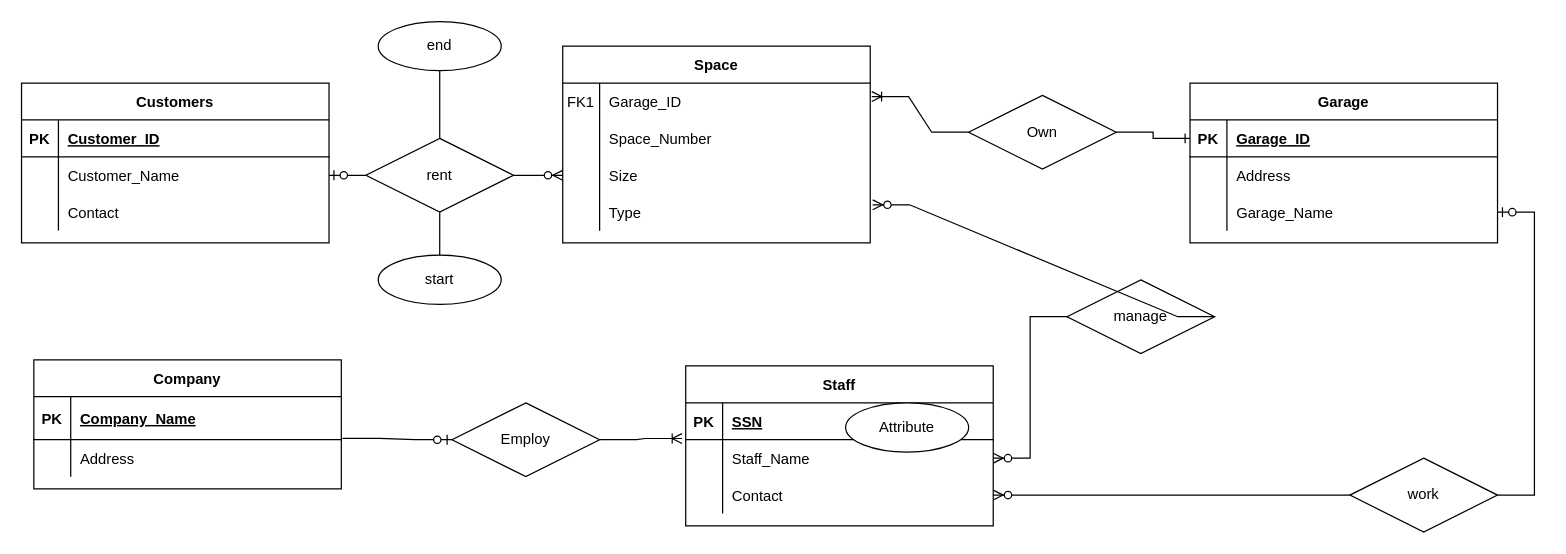
Earlier version of the draw.io diagram Untitled Diagram.drawio (MooMooHorse/MATH221). Source tidied: cells renumbered, new cells numbered last; positions are measured from the earlier drawing's top-left corner, leaving out a move shared by most shapes. Both pictures are drawn from the tidied source at 123%, with x=0, y=0 at pixel (21, 21).
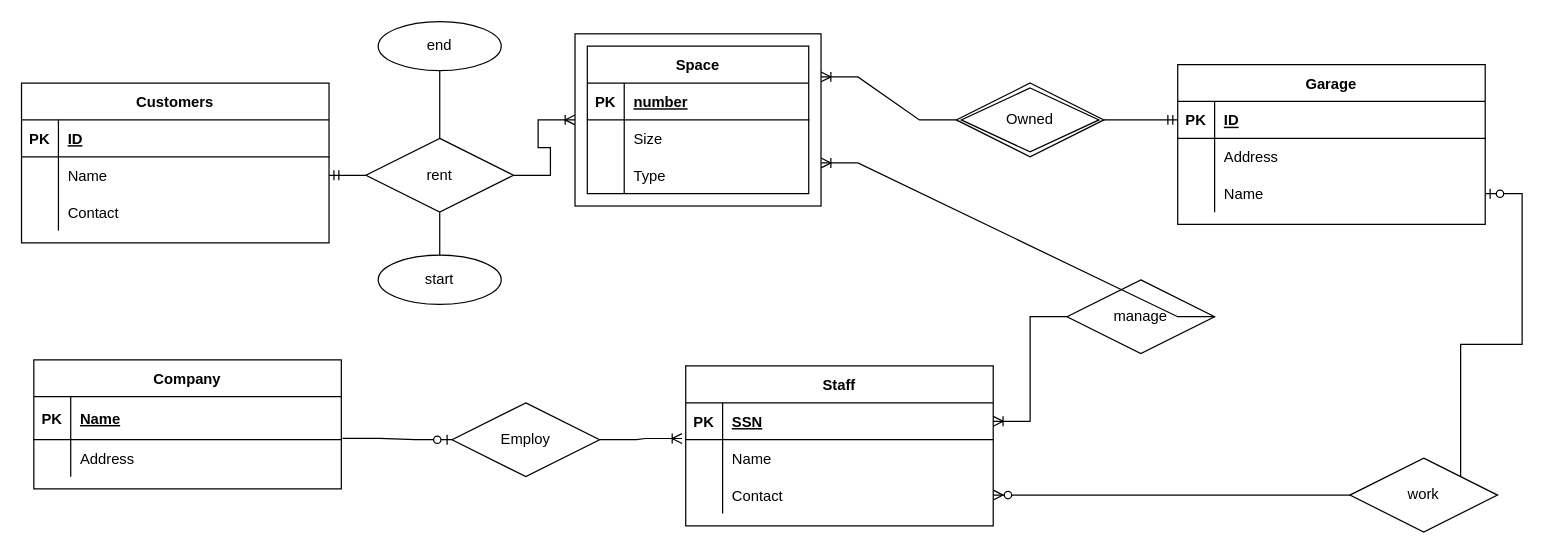
The same page after the edit.

The change refers to these unchanged cells:
```xml
<mxCell id="17" style="shape=partialRectangle;fillColor=none;points=[[0,0.5],[1,0.5]];portConstraint=eastwest;top=0;left=0;right=0;bottom=1;" parent="16" vertex="1">
  <mxGeometry y="30" width="250" height="30" as="geometry" />
</mxCell>
<mxCell id="23" style="shape=partialRectangle;fillColor=none;points=[[0,0.5],[1,0.5]];portConstraint=eastwest;top=0;left=0;right=0;bottom=0;" parent="16" vertex="1">
  <mxGeometry y="90" width="250" height="30" as="geometry" />
</mxCell>
<mxCell id="27" style="shape=partialRectangle;fillColor=none;top=0;left=0;right=0;bottom=1;" parent="26" vertex="1">
  <mxGeometry y="30" width="250" height="30" as="geometry" />
</mxCell>
<mxCell id="30" style="shape=partialRectangle;fillColor=none;points=[[0,0.5],[1,0.5]];portConstraint=eastwest;top=0;left=0;right=0;bottom=0;" parent="26" vertex="1">
  <mxGeometry y="60" width="250" height="30" as="geometry" />
</mxCell>
<mxCell id="37" value="rent" style="shape=rhombus;perimeter=rhombusPerimeter;whiteSpace=wrap;html=1;align=center;" parent="1" vertex="1">
  <mxGeometry x="280" y="95" width="120" height="60" as="geometry" />
</mxCell>
<mxCell id="43" style="shape=partialRectangle;fillColor=none;points=[[0,0.5],[1,0.5]];portConstraint=eastwest;top=0;left=0;right=0;bottom=1;" parent="42" vertex="1">
  <mxGeometry y="30" width="250" height="30" as="geometry" />
</mxCell>
<mxCell id="46" style="shape=partialRectangle;fillColor=none;points=[[0,0.5],[1,0.5]];portConstraint=eastwest;top=0;left=0;right=0;bottom=0;" parent="42" vertex="1">
  <mxGeometry y="60" width="250" height="30" as="geometry" />
</mxCell>
<mxCell id="54" style="shape=partialRectangle;fillColor=none;points=[[0,0.5],[1,0.5]];portConstraint=eastwest;top=0;left=0;right=0;bottom=1;" parent="53" vertex="1">
  <mxGeometry y="30" width="250" height="35" as="geometry" />
</mxCell>
<mxCell id="62" value="manage" style="shape=rhombus;perimeter=rhombusPerimeter;whiteSpace=wrap;html=1;align=center;" parent="1" vertex="1">
  <mxGeometry x="850" y="210" width="120" height="60" as="geometry" />
</mxCell>
```

The edit, as a diff of the source:
```diff
@@
+    <mxCell id="72" style="rounded=0;whiteSpace=wrap;html=1;" parent="1" vertex="1">
+      <mxGeometry x="450" y="10" width="200" height="140" as="geometry" />
+    </mxCell>
@@
-    <mxCell id="3" value="Space" style="shape=table;startSize=30;childLayout=tableLayout;rowLines=0;fontStyle=1;align=center;" parent="1" vertex="1">
-      <mxGeometry x="440" y="20" width="250" height="160" as="geometry" />
-    </mxCell>
-    <mxCell id="4" style="shape=partialRectangle;fillColor=none;points=[[0,0.5],[1,0.5]];portConstraint=eastwest;top=0;left=0;right=0;bottom=0;" parent="3" vertex="1">
-      <mxGeometry y="30" width="250" height="30" as="geometry" />
-    </mxCell>
-    <mxCell id="5" value="FK1" style="shape=partialRectangle;overflow=hidden;fillColor=none;top=0;left=0;bottom=0;right=0;" parent="4" vertex="1">
-      <mxGeometry width="30" height="30" as="geometry" />
-    </mxCell>
-    <mxCell id="6" value="Garage_ID" style="shape=partialRectangle;overflow=hidden;fillColor=none;top=0;left=0;bottom=0;right=0;align=left;spacingLeft=6;" parent="4" vertex="1">
-      <mxGeometry x="30" width="220" height="30" as="geometry" />
-    </mxCell>
-    <mxCell id="7" style="shape=partialRectangle;fillColor=none;top=0;left=0;right=0;bottom=0;" parent="3" vertex="1">
-      <mxGeometry y="60" width="250" height="30" as="geometry" />
-    </mxCell>
-    <mxCell id="8" style="shape=partialRectangle;overflow=hidden;fillColor=none;top=0;left=0;bottom=0;right=0;" parent="7" vertex="1">
-      <mxGeometry width="30" height="30" as="geometry" />
-    </mxCell>
-    <mxCell id="9" value="Space_Number" style="shape=partialRectangle;overflow=hidden;fillColor=none;top=0;left=0;bottom=0;right=0;align=left;spacingLeft=6;" parent="7" vertex="1">
-      <mxGeometry x="30" width="220" height="30" as="geometry" />
-    </mxCell>
-    <mxCell id="10" style="shape=partialRectangle;fillColor=none;points=[[0,0.5],[1,0.5]];portConstraint=eastwest;top=0;left=0;right=0;bottom=0;" parent="3" vertex="1">
-      <mxGeometry y="90" width="250" height="30" as="geometry" />
-    </mxCell>
-    <mxCell id="11" style="shape=partialRectangle;overflow=hidden;fillColor=none;top=0;left=0;bottom=0;right=0;" parent="10" vertex="1">
-      <mxGeometry width="30" height="30" as="geometry" />
-    </mxCell>
-    <mxCell id="12" value="Size" style="shape=partialRectangle;overflow=hidden;fillColor=none;top=0;left=0;bottom=0;right=0;align=left;spacingLeft=6;" parent="10" vertex="1">
-      <mxGeometry x="30" width="220" height="30" as="geometry" />
-    </mxCell>
-    <mxCell id="13" style="shape=partialRectangle;fillColor=none;points=[[0,0.5],[1,0.5]];portConstraint=eastwest;top=0;left=0;right=0;bottom=0;" parent="3" vertex="1">
-      <mxGeometry y="120" width="250" height="30" as="geometry" />
-    </mxCell>
-    <mxCell id="14" style="shape=partialRectangle;overflow=hidden;fillColor=none;top=0;left=0;bottom=0;right=0;" parent="13" vertex="1">
-      <mxGeometry width="30" height="30" as="geometry" />
-    </mxCell>
-    <mxCell id="15" value="Type" style="shape=partialRectangle;overflow=hidden;fillColor=none;top=0;left=0;bottom=0;right=0;align=left;spacingLeft=6;" parent="13" vertex="1">
-      <mxGeometry x="30" width="220" height="30" as="geometry" />
-    </mxCell>
     <mxCell id="16" value="Garage" style="shape=table;startSize=30;childLayout=tableLayout;rowLines=0;fontStyle=1;align=center;" parent="1" vertex="1">
-      <mxGeometry x="950" y="50" width="250" height="130" as="geometry" />
+      <mxGeometry x="940" y="35" width="250" height="130" as="geometry" />
     </mxCell>
@@
-    <mxCell id="19" value="Garage_ID" style="shape=partialRectangle;overflow=hidden;fillColor=none;top=0;left=0;bottom=0;right=0;align=left;spacingLeft=6;fontStyle=5;" parent="17" vertex="1">
+    <mxCell id="19" value="ID" style="shape=partialRectangle;overflow=hidden;fillColor=none;top=0;left=0;bottom=0;right=0;align=left;spacingLeft=6;fontStyle=5;" parent="17" vertex="1">
       <mxGeometry x="30" width="220" height="30" as="geometry" />
     </mxCell>
@@
-    <mxCell id="25" value="Garage_Name" style="shape=partialRectangle;overflow=hidden;fillColor=none;top=0;left=0;bottom=0;right=0;align=left;spacingLeft=6;" parent="23" vertex="1">
+    <mxCell id="25" value="Name" style="shape=partialRectangle;overflow=hidden;fillColor=none;top=0;left=0;bottom=0;right=0;align=left;spacingLeft=6;" parent="23" vertex="1">
       <mxGeometry x="30" width="220" height="30" as="geometry" />
     </mxCell>
@@
-    <mxCell id="29" value="Customer_ID" style="shape=partialRectangle;overflow=hidden;fillColor=none;top=0;left=0;bottom=0;right=0;align=left;spacingLeft=6;fontStyle=5;" parent="27" vertex="1">
+    <mxCell id="29" value="ID" style="shape=partialRectangle;overflow=hidden;fillColor=none;top=0;left=0;bottom=0;right=0;align=left;spacingLeft=6;fontStyle=5;" parent="27" vertex="1">
       <mxGeometry x="30" width="220" height="30" as="geometry" />
     </mxCell>
@@
-    <mxCell id="32" value="Customer_Name" style="shape=partialRectangle;overflow=hidden;fillColor=none;top=0;left=0;bottom=0;right=0;align=left;spacingLeft=6;" parent="30" vertex="1">
+    <mxCell id="32" value="Name" style="shape=partialRectangle;overflow=hidden;fillColor=none;top=0;left=0;bottom=0;right=0;align=left;spacingLeft=6;" parent="30" vertex="1">
       <mxGeometry x="30" width="220" height="30" as="geometry" />
     </mxCell>
@@
-    <mxCell id="36" value="Own" style="shape=rhombus;perimeter=rhombusPerimeter;whiteSpace=wrap;html=1;align=center;" parent="1" vertex="1">
-      <mxGeometry x="770" y="60" width="120" height="60" as="geometry" />
-    </mxCell>
@@
-    <mxCell id="38" style="edgeStyle=entityRelationEdgeStyle;fontSize=12;html=1;endArrow=ERzeroToMany;endFill=1;rounded=0;exitX=1;exitY=0.5;exitDx=0;exitDy=0;" parent="1" edge="1" source="37" target="10">
-      <mxGeometry relative="1" as="geometry" />
-    </mxCell>
-    <mxCell id="39" style="edgeStyle=entityRelationEdgeStyle;fontSize=12;html=1;endArrow=ERzeroToOne;endFill=1;rounded=0;exitX=0;exitY=0.5;exitDx=0;exitDy=0;" parent="1" edge="1" source="37" target="30">
-      <mxGeometry relative="1" as="geometry" />
-    </mxCell>
-    <mxCell id="40" style="edgeStyle=entityRelationEdgeStyle;fontSize=12;html=1;endArrow=ERoneToMany;rounded=0;exitX=0;exitY=0.5;exitDx=0;exitDy=0;entryX=1.005;entryY=0.367;entryDx=0;entryDy=0;entryPerimeter=0;" parent="1" edge="1" source="36" target="4">
+    <mxCell id="40" style="edgeStyle=entityRelationEdgeStyle;fontSize=12;html=1;endArrow=ERoneToMany;rounded=0;exitX=0;exitY=0.5;exitDx=0;exitDy=0;entryX=1;entryY=0.25;entryDx=0;entryDy=0;" parent="1" edge="1" source="73" target="72">
       <mxGeometry relative="1" as="geometry" />
     </mxCell>
-    <mxCell id="41" style="edgeStyle=entityRelationEdgeStyle;fontSize=12;html=1;endArrow=ERone;endFill=1;rounded=0;exitX=1;exitY=0.5;exitDx=0;exitDy=0;entryX=0;entryY=0.5;entryDx=0;entryDy=0;" parent="1" edge="1" source="36" target="17">
-      <mxGeometry relative="1" as="geometry" />
-    </mxCell>
@@
-    <mxCell id="48" value="Staff_Name" style="shape=partialRectangle;overflow=hidden;fillColor=none;top=0;left=0;bottom=0;right=0;align=left;spacingLeft=6;" parent="46" vertex="1">
+    <mxCell id="48" value="Name" style="shape=partialRectangle;overflow=hidden;fillColor=none;top=0;left=0;bottom=0;right=0;align=left;spacingLeft=6;" parent="46" vertex="1">
       <mxGeometry x="30" width="220" height="30" as="geometry" />
     </mxCell>
@@
-    <mxCell id="56" value="Company_Name" style="shape=partialRectangle;overflow=hidden;fillColor=none;top=0;left=0;bottom=0;right=0;align=left;spacingLeft=6;fontStyle=5;" parent="54" vertex="1">
+    <mxCell id="56" value="Name" style="shape=partialRectangle;overflow=hidden;fillColor=none;top=0;left=0;bottom=0;right=0;align=left;spacingLeft=6;fontStyle=5;" parent="54" vertex="1">
       <mxGeometry x="30" width="220" height="35" as="geometry" />
     </mxCell>
@@
-    <mxCell id="63" style="edgeStyle=entityRelationEdgeStyle;fontSize=12;html=1;endArrow=ERzeroToMany;endFill=1;rounded=0;exitX=0;exitY=0.5;exitDx=0;exitDy=0;entryX=1;entryY=0.5;entryDx=0;entryDy=0;" parent="1" edge="1" source="62" target="46">
-      <mxGeometry relative="1" as="geometry" />
-    </mxCell>
-    <mxCell id="64" style="edgeStyle=entityRelationEdgeStyle;fontSize=12;html=1;endArrow=ERzeroToMany;endFill=1;rounded=0;exitX=1;exitY=0.5;exitDx=0;exitDy=0;entryX=1.008;entryY=0.3;entryDx=0;entryDy=0;entryPerimeter=0;" parent="1" edge="1" source="62" target="13">
-      <mxGeometry relative="1" as="geometry" />
-    </mxCell>
@@
-    <mxCell id="67" value="Attribute" style="ellipse;whiteSpace=wrap;html=1;align=center;" parent="1" vertex="1">
-      <mxGeometry x="670" y="310" width="100" height="40" as="geometry" />
-    </mxCell>
@@
+    <mxCell id="73" value="Owned" style="shape=rhombus;double=1;perimeter=rhombusPerimeter;whiteSpace=wrap;html=1;align=center;" parent="1" vertex="1">
+      <mxGeometry x="760" y="50" width="120" height="60" as="geometry" />
+    </mxCell>
+    <mxCell id="3" value="Space" style="shape=table;startSize=30;childLayout=tableLayout;rowLines=0;fontStyle=1;align=center;" parent="1" vertex="1">
+      <mxGeometry x="460" y="20" width="180" height="120" as="geometry" />
+    </mxCell>
+    <mxCell id="74" style="shape=tableRow;horizontal=0;startSize=0;swimlaneHead=0;swimlaneBody=0;fillColor=none;top=0;left=0;right=0;bottom=1;" parent="3" vertex="1">
+      <mxGeometry y="30" width="180" height="30" as="geometry" />
+    </mxCell>
+    <mxCell id="75" value="PK" style="shape=partialRectangle;fillColor=none;top=0;left=0;bottom=0;right=0;fontStyle=1;overflow=hidden;" parent="74" vertex="1">
+      <mxGeometry width="30" height="30" as="geometry" />
+    </mxCell>
+    <mxCell id="76" value="number" style="shape=partialRectangle;fillColor=none;top=0;left=0;bottom=0;right=0;align=left;spacingLeft=6;fontStyle=5;overflow=hidden;" parent="74" vertex="1">
+      <mxGeometry x="30" width="150" height="30" as="geometry" />
+    </mxCell>
+    <mxCell id="77" style="shape=tableRow;horizontal=0;startSize=0;swimlaneHead=0;swimlaneBody=0;fillColor=none;top=0;left=0;right=0;bottom=0;" parent="3" vertex="1">
+      <mxGeometry y="60" width="180" height="30" as="geometry" />
+    </mxCell>
+    <mxCell id="78" style="shape=partialRectangle;fillColor=none;top=0;left=0;bottom=0;right=0;overflow=hidden;" parent="77" vertex="1">
+      <mxGeometry width="30" height="30" as="geometry" />
+    </mxCell>
+    <mxCell id="12" value="Size" style="shape=partialRectangle;fillColor=none;top=0;left=0;bottom=0;right=0;align=left;spacingLeft=6;overflow=hidden;" parent="77" vertex="1">
+      <mxGeometry x="30" width="150" height="30" as="geometry" />
+    </mxCell>
+    <mxCell id="79" style="shape=tableRow;horizontal=0;startSize=0;swimlaneHead=0;swimlaneBody=0;fillColor=none;top=0;left=0;right=0;bottom=0;" parent="3" vertex="1">
+      <mxGeometry y="90" width="180" height="30" as="geometry" />
+    </mxCell>
+    <mxCell id="80" style="shape=partialRectangle;fillColor=none;top=0;left=0;bottom=0;right=0;overflow=hidden;" parent="79" vertex="1">
+      <mxGeometry width="30" height="30" as="geometry" />
+    </mxCell>
+    <mxCell id="15" value="Type" style="shape=partialRectangle;fillColor=none;top=0;left=0;bottom=0;right=0;align=left;spacingLeft=6;overflow=hidden;" parent="79" vertex="1">
+      <mxGeometry x="30" width="150" height="30" as="geometry" />
+    </mxCell>
+    <mxCell id="81" style="edgeStyle=entityRelationEdgeStyle;fontSize=12;html=1;endArrow=ERmandOne;rounded=0;exitX=1;exitY=0.5;exitDx=0;exitDy=0;entryX=0;entryY=0.5;entryDx=0;entryDy=0;" parent="1" edge="1" source="73" target="17">
+      <mxGeometry relative="1" as="geometry" />
+    </mxCell>
+    <mxCell id="39" style="edgeStyle=entityRelationEdgeStyle;fontSize=12;html=1;endArrow=ERmandOne;rounded=0;exitX=0;exitY=0.5;exitDx=0;exitDy=0;entryX=1;entryY=0.5;entryDx=0;entryDy=0;" parent="1" edge="1" source="37" target="30">
+      <mxGeometry relative="1" as="geometry" />
+    </mxCell>
+    <mxCell id="82" style="edgeStyle=entityRelationEdgeStyle;fontSize=12;html=1;endArrow=ERoneToMany;rounded=0;exitX=1;exitY=0.5;exitDx=0;exitDy=0;entryX=0;entryY=0.5;entryDx=0;entryDy=0;" parent="1" edge="1" source="37" target="72">
+      <mxGeometry relative="1" as="geometry" />
+    </mxCell>
+    <mxCell id="83" style="edgeStyle=entityRelationEdgeStyle;fontSize=12;html=1;endArrow=ERoneToMany;rounded=0;exitX=1;exitY=0.5;exitDx=0;exitDy=0;entryX=1;entryY=0.75;entryDx=0;entryDy=0;" parent="1" edge="1" source="62" target="72">
+      <mxGeometry relative="1" as="geometry" />
+    </mxCell>
+    <mxCell id="84" style="edgeStyle=entityRelationEdgeStyle;fontSize=12;html=1;endArrow=ERoneToMany;rounded=0;exitX=0;exitY=0.5;exitDx=0;exitDy=0;entryX=1;entryY=0.5;entryDx=0;entryDy=0;" parent="1" edge="1" source="62" target="43">
+      <mxGeometry relative="1" as="geometry" />
+    </mxCell>
```
